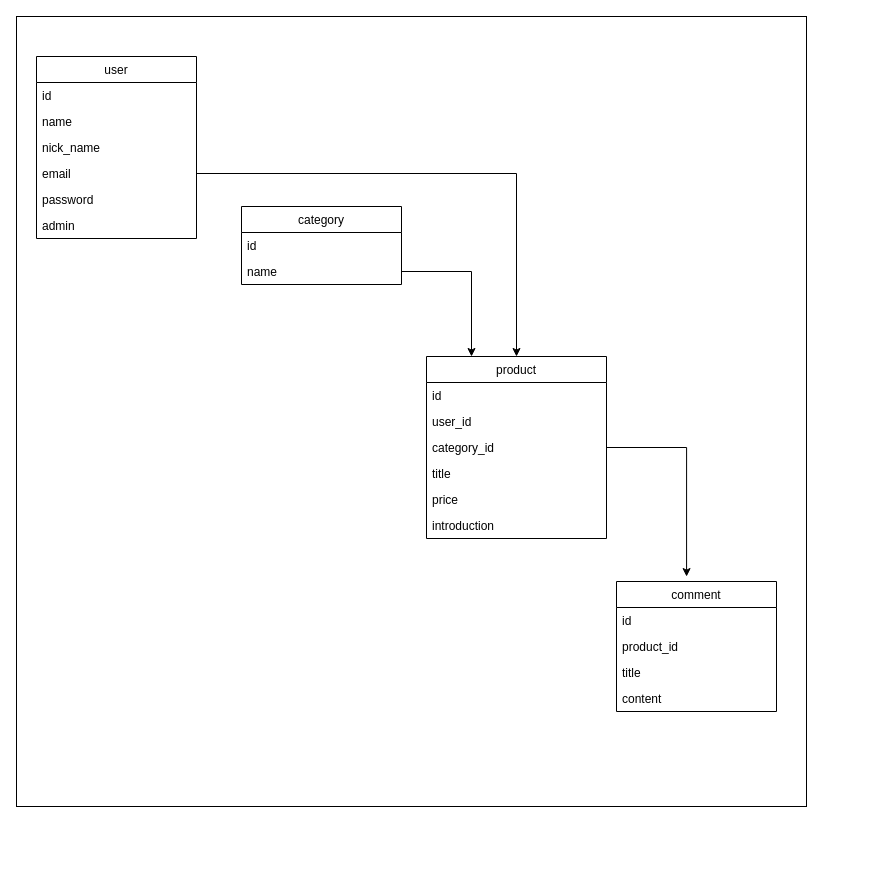
This is erd.dio from chee1989/ec_app, a draw.io file, before an edit. Source tidied: cells renumbered, new cells numbered last; positions are measured from the earlier drawing's top-left corner, leaving out a move shared by most shapes. Both pictures are drawn from the tidied source at 100%, with x=0, y=0 at pixel (16, 16).
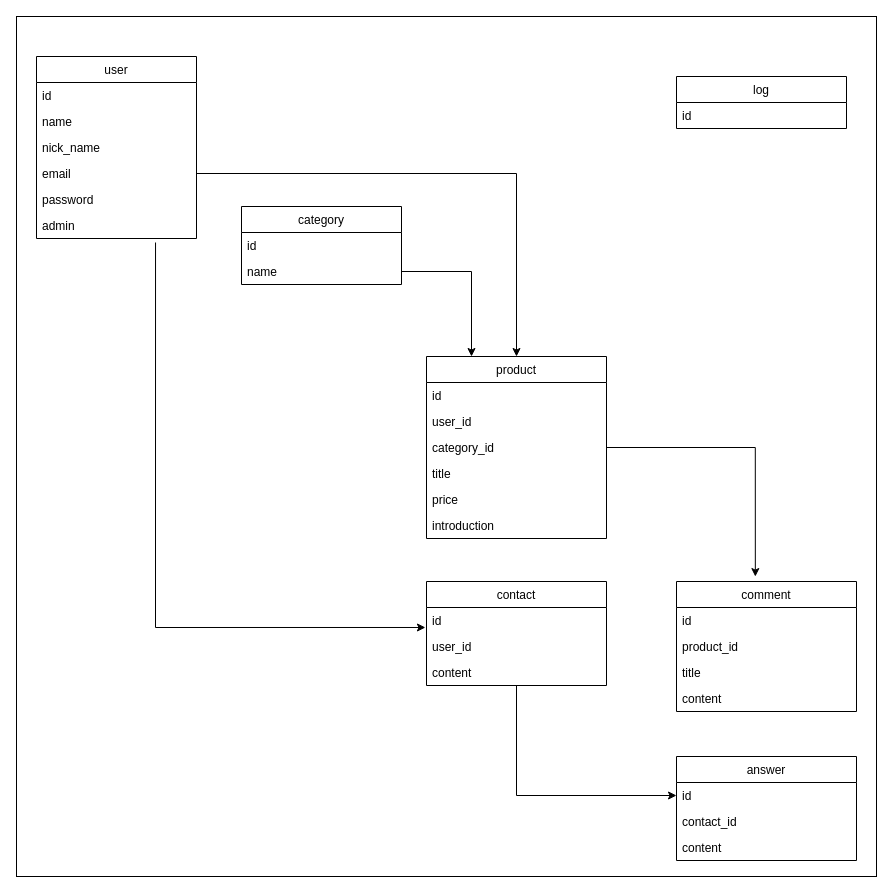
After the change.

Unchanged cells that the change refers to:
```xml
<mxCell id="9" value="admin" style="text;strokeColor=none;fillColor=none;align=left;verticalAlign=top;spacingLeft=4;spacingRight=4;overflow=hidden;points=[[0,0.5],[1,0.5]];portConstraint=eastwest;" parent="3" vertex="1">
  <mxGeometry y="156" width="160" height="26" as="geometry" />
</mxCell>
<mxCell id="14" value="category_id" style="text;strokeColor=none;fillColor=none;align=left;verticalAlign=top;spacingLeft=4;spacingRight=4;overflow=hidden;points=[[0,0.5],[1,0.5]];portConstraint=eastwest;" parent="11" vertex="1">
  <mxGeometry y="78" width="180" height="26" as="geometry" />
</mxCell>
```

Diff of the diagram source:
```diff
@@
     <mxCell id="2" style="whiteSpace=wrap;html=1;" parent="1" vertex="1">
-      <mxGeometry width="790" height="790" as="geometry" />
+      <mxGeometry width="860" height="860" as="geometry" />
     </mxCell>
@@
+    <mxCell id="27" style="edgeStyle=orthogonalEdgeStyle;rounded=0;jettySize=auto;html=1;entryX=0.438;entryY=-0.038;entryDx=0;entryDy=0;entryPerimeter=0;" parent="1" edge="1" source="14" target="22">
+      <mxGeometry relative="1" as="geometry" />
+    </mxCell>
     <mxCell id="22" value="comment" style="swimlane;fontStyle=0;horizontal=1;startSize=26;fillColor=none;" parent="1" vertex="1">
-      <mxGeometry x="600" y="565" width="160" height="130" as="geometry" />
+      <mxGeometry x="660" y="565" width="180" height="130" as="geometry" />
     </mxCell>
     <mxCell id="23" value="id" style="text;strokeColor=none;fillColor=none;align=left;verticalAlign=top;spacingLeft=4;spacingRight=4;overflow=hidden;" parent="22" vertex="1">
-      <mxGeometry y="26" width="160" height="26" as="geometry" />
+      <mxGeometry y="26" width="180" height="26" as="geometry" />
     </mxCell>
     <mxCell id="24" value="product_id" style="text;strokeColor=none;fillColor=none;align=left;verticalAlign=top;spacingLeft=4;spacingRight=4;overflow=hidden;" parent="22" vertex="1">
-      <mxGeometry y="52" width="160" height="26" as="geometry" />
+      <mxGeometry y="52" width="180" height="26" as="geometry" />
     </mxCell>
     <mxCell id="25" value="title" style="text;strokeColor=none;fillColor=none;align=left;verticalAlign=top;spacingLeft=4;spacingRight=4;overflow=hidden;" parent="22" vertex="1">
-      <mxGeometry y="78" width="160" height="26" as="geometry" />
+      <mxGeometry y="78" width="180" height="26" as="geometry" />
     </mxCell>
     <mxCell id="26" value="content" style="text;strokeColor=none;fillColor=none;align=left;verticalAlign=top;spacingLeft=4;spacingRight=4;overflow=hidden;" parent="22" vertex="1">
-      <mxGeometry y="104" width="160" height="26" as="geometry" />
+      <mxGeometry y="104" width="180" height="26" as="geometry" />
     </mxCell>
-    <mxCell id="27" style="edgeStyle=orthogonalEdgeStyle;rounded=0;jettySize=auto;html=1;entryX=0.438;entryY=-0.038;entryDx=0;entryDy=0;entryPerimeter=0;" parent="1" edge="1" source="14" target="22">
-      <mxGeometry relative="1" as="geometry" />
-    </mxCell>
+    <mxCell id="28" style="edgeStyle=orthogonalEdgeStyle;rounded=0;jettySize=auto;html=1;entryX=0;entryY=0.5;entryDx=0;entryDy=0;" parent="1" edge="1" source="29" target="36">
+      <mxGeometry relative="1" as="geometry" />
+    </mxCell>
+    <mxCell id="29" value="contact" style="swimlane;fontStyle=0;horizontal=1;startSize=26;fillColor=none;" parent="1" vertex="1">
+      <mxGeometry x="410" y="565" width="180" height="104" as="geometry" />
+    </mxCell>
+    <mxCell id="30" value="id" style="text;strokeColor=none;fillColor=none;align=left;verticalAlign=top;spacingLeft=4;spacingRight=4;overflow=hidden;points=[[0,0.5],[1,0.5]];portConstraint=eastwest;" parent="29" vertex="1">
+      <mxGeometry y="26" width="180" height="26" as="geometry" />
+    </mxCell>
+    <mxCell id="31" value="user_id" style="text;strokeColor=none;fillColor=none;align=left;verticalAlign=top;spacingLeft=4;spacingRight=4;overflow=hidden;" parent="29" vertex="1">
+      <mxGeometry y="52" width="180" height="26" as="geometry" />
+    </mxCell>
+    <mxCell id="32" value="content" style="text;strokeColor=none;fillColor=none;align=left;verticalAlign=top;spacingLeft=4;spacingRight=4;overflow=hidden;" parent="29" vertex="1">
+      <mxGeometry y="78" width="180" height="26" as="geometry" />
+    </mxCell>
+    <mxCell id="33" value="log" style="swimlane;fontStyle=0;horizontal=1;startSize=26;fillColor=none;" parent="1" vertex="1">
+      <mxGeometry x="660" y="60" width="170" height="52" as="geometry" />
+    </mxCell>
+    <mxCell id="34" value="id" style="text;strokeColor=none;fillColor=none;align=left;verticalAlign=top;spacingLeft=4;spacingRight=4;overflow=hidden;" parent="33" vertex="1">
+      <mxGeometry y="26" width="170" height="26" as="geometry" />
+    </mxCell>
+    <mxCell id="35" value="answer" style="swimlane;fontStyle=0;horizontal=1;startSize=26;fillColor=none;" parent="1" vertex="1">
+      <mxGeometry x="660" y="740" width="180" height="104" as="geometry" />
+    </mxCell>
+    <mxCell id="36" value="id" style="text;strokeColor=none;fillColor=none;align=left;verticalAlign=top;spacingLeft=4;spacingRight=4;overflow=hidden;points=[[0,0.5],[1,0.5]];portConstraint=eastwest;" parent="35" vertex="1">
+      <mxGeometry y="26" width="180" height="26" as="geometry" />
+    </mxCell>
+    <mxCell id="37" value="contact_id" style="text;strokeColor=none;fillColor=none;align=left;verticalAlign=top;spacingLeft=4;spacingRight=4;overflow=hidden;" parent="35" vertex="1">
+      <mxGeometry y="52" width="180" height="26" as="geometry" />
+    </mxCell>
+    <mxCell id="38" value="content" style="text;strokeColor=none;fillColor=none;align=left;verticalAlign=top;spacingLeft=4;spacingRight=4;overflow=hidden;" parent="35" vertex="1">
+      <mxGeometry y="78" width="180" height="26" as="geometry" />
+    </mxCell>
+    <mxCell id="39" style="edgeStyle=orthogonalEdgeStyle;rounded=0;jettySize=auto;html=1;entryX=-0.006;entryY=0.769;entryDx=0;entryDy=0;entryPerimeter=0;exitX=0.744;exitY=1.154;exitDx=0;exitDy=0;exitPerimeter=0;" parent="1" edge="1" source="9" target="30">
+      <mxGeometry relative="1" as="geometry">
+        <Array as="points">
+          <mxPoint x="139" y="611" />
+        </Array>
+      </mxGeometry>
+    </mxCell>
```
